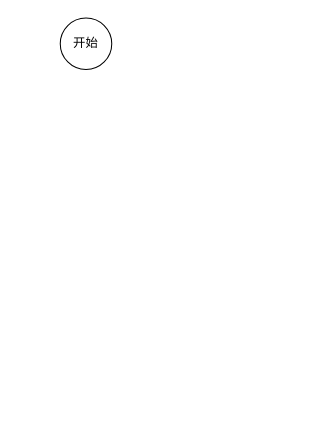
Before: 过滤子模块结构.drawio in poetlife/diagrams, a draw.io diagram. Source tidied: cells renumbered, new cells numbered last; positions are measured from the earlier drawing's top-left corner, leaving out a move shared by most shapes. Both pictures are drawn from the tidied source at 103%, with x=0, y=0 at pixel (60, 18).
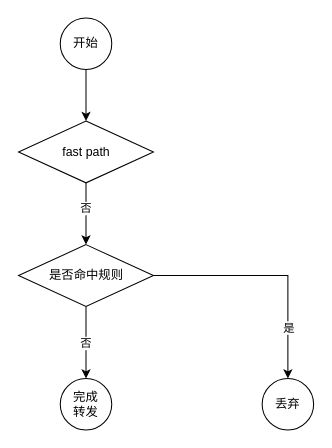
The same page after the edit.

Commit message (it also covers changes not shown here):
更新过滤子模块结构.drawio

Diff of the diagram source:
```diff
@@
 <mxGraphModel>
   <root>
     <mxCell id="0" />
     <mxCell id="1" parent="0" />
+    <mxCell id="3" style="edgeStyle=orthogonalEdgeStyle;rounded=0;jettySize=auto;html=1;exitX=0.5;exitY=1;exitDx=0;exitDy=0;entryX=0.5;entryY=0;entryDx=0;entryDy=0;" parent="1" edge="1" source="2" target="6">
+      <mxGeometry relative="1" as="geometry" />
+    </mxCell>
     <mxCell id="2" value="开始" style="ellipse;whiteSpace=wrap;html=1;" parent="1" vertex="1">
       <mxGeometry width="50" height="50" as="geometry" />
     </mxCell>
+    <mxCell id="4" style="edgeStyle=orthogonalEdgeStyle;rounded=0;jettySize=auto;html=1;exitX=0.5;exitY=1;exitDx=0;exitDy=0;" parent="1" edge="1" source="6" target="12">
+      <mxGeometry relative="1" as="geometry" />
+    </mxCell>
+    <mxCell id="5" value="否" style="edgeLabel;html=1;align=center;verticalAlign=middle;" parent="4" vertex="1">
+      <mxGeometry x="-0.2" y="4" relative="1" as="geometry">
+        <mxPoint x="-5" as="offset" />
+      </mxGeometry>
+    </mxCell>
+    <mxCell id="6" value="fast path" style="rhombus;whiteSpace=wrap;html=1;" parent="1" vertex="1">
+      <mxGeometry x="-40.5" y="100" width="131" height="60" as="geometry" />
+    </mxCell>
+    <mxCell id="7" value="丢弃" style="ellipse;whiteSpace=wrap;html=1;" parent="1" vertex="1">
+      <mxGeometry x="196" y="350" width="50" height="50" as="geometry" />
+    </mxCell>
+    <mxCell id="8" style="edgeStyle=orthogonalEdgeStyle;rounded=0;jettySize=auto;html=1;exitX=0.5;exitY=1;exitDx=0;exitDy=0;entryX=0.5;entryY=0;entryDx=0;entryDy=0;" parent="1" edge="1" source="12" target="13">
+      <mxGeometry relative="1" as="geometry" />
+    </mxCell>
+    <mxCell id="9" value="否" style="edgeLabel;html=1;align=center;verticalAlign=middle;" parent="8" vertex="1">
+      <mxGeometry y="-2" relative="1" as="geometry">
+        <mxPoint x="1" as="offset" />
+      </mxGeometry>
+    </mxCell>
+    <mxCell id="10" style="edgeStyle=orthogonalEdgeStyle;rounded=0;jettySize=auto;html=1;exitX=1;exitY=0.5;exitDx=0;exitDy=0;entryX=0.5;entryY=0;entryDx=0;entryDy=0;" parent="1" edge="1" source="12" target="7">
+      <mxGeometry relative="1" as="geometry" />
+    </mxCell>
+    <mxCell id="11" value="是" style="edgeLabel;html=1;align=center;verticalAlign=middle;" parent="10" vertex="1">
+      <mxGeometry x="0.57" relative="1" as="geometry" />
+    </mxCell>
+    <mxCell id="12" value="是否命中规则" style="rhombus;whiteSpace=wrap;html=1;" parent="1" vertex="1">
+      <mxGeometry x="-40.5" y="220" width="131" height="60" as="geometry" />
+    </mxCell>
+    <mxCell id="13" value="完成&lt;br&gt;转发" style="ellipse;whiteSpace=wrap;html=1;" parent="1" vertex="1">
+      <mxGeometry y="350" width="50" height="50" as="geometry" />
+    </mxCell>
   </root>
 </mxGraphModel>
```
